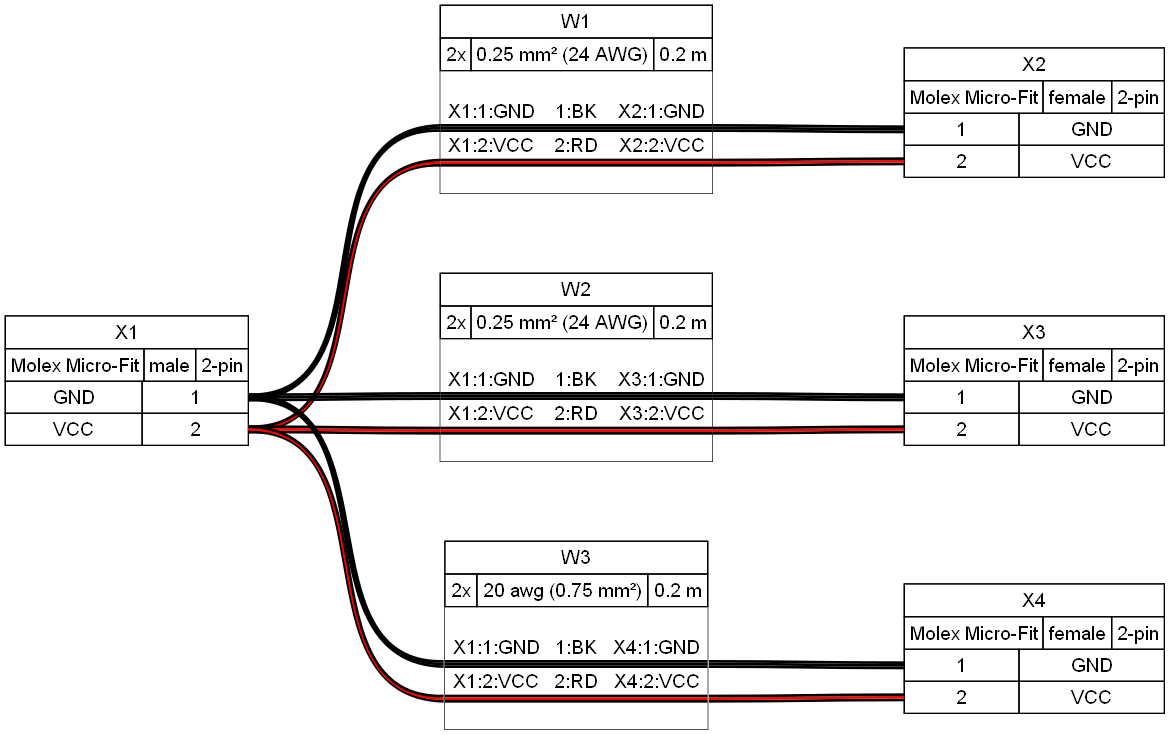
This is examples/ex02.png from wireviz/WireViz, a Graphviz export, as it was before one commit. Its source is kept beside it as examples/ex02.gv.
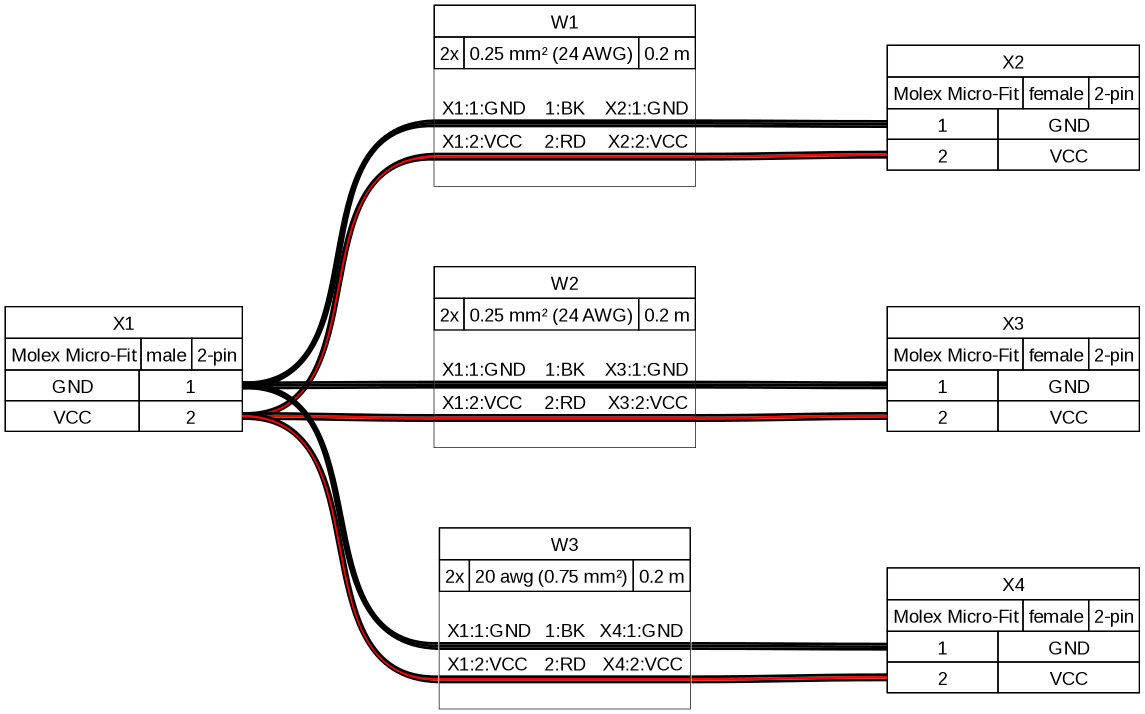
Later version of the same file.

The edit, as a diff of the source:
```diff
@@ -29,12 +29,10 @@
    <table border="0" cellborder="1" cellpadding="3" cellspacing="0">
     <tr>
      <td>GND</td>
-     []
      <td port="p1r">1</td>
     </tr>
     <tr>
      <td>VCC</td>
-     []
      <td port="p2r">2</td>
     </tr>
    </table>
@@ -70,12 +68,10 @@
     <tr>
      <td port="p1l">1</td>
      <td>GND</td>
-     []
     </tr>
     <tr>
      <td port="p2l">2</td>
      <td>VCC</td>
-     []
     </tr>
    </table>
   </td>
@@ -110,12 +106,10 @@
     <tr>
      <td port="p1l">1</td>
      <td>GND</td>
-     []
     </tr>
     <tr>
      <td port="p2l">2</td>
      <td>VCC</td>
-     []
     </tr>
    </table>
   </td>
@@ -150,12 +144,10 @@
     <tr>
      <td port="p1l">1</td>
      <td>GND</td>
-     []
     </tr>
     <tr>
      <td port="p2l">2</td>
      <td>VCC</td>
-     []
     </tr>
    </table>
   </td>
@@ -198,19 +190,7 @@
      <td align="right">X2:1:GND </td>
     </tr>
     <tr>
-     <td border="0" cellspacing="0" cellpadding="0" colspan="5" height="6" port="w1">
-      <table border="0" cellborder="0" cellspacing="0">
-       <tr>
-        <td bgcolor="#FFFFFF" border="0" cellpadding="0" colspan="5" height="2"></td>
-       </tr>
-       <tr>
-        <td bgcolor="#FFFFFF" border="0" cellpadding="0" colspan="5" height="2"></td>
-       </tr>
-       <tr>
-        <td bgcolor="#FFFFFF" border="0" cellpadding="0" colspan="5" height="2"></td>
-       </tr>
-      </table>
-     </td>
+     <td border="0" cellspacing="0" cellpadding="0" colspan="5" height="6" port="w1"></td>
     </tr>
     <tr>
      <td align="left"> X1:2:VCC</td>
@@ -220,19 +200,7 @@
      <td align="right">X2:2:VCC </td>
     </tr>
     <tr>
-     <td border="0" cellspacing="0" cellpadding="0" colspan="5" height="6" port="w2">
-      <table border="0" cellborder="0" cellspacing="0">
-       <tr>
-        <td bgcolor="#FFFFFF" border="0" cellpadding="0" colspan="5" height="2"></td>
-       </tr>
-       <tr>
-        <td bgcolor="#FFFFFF" border="0" cellpadding="0" colspan="5" height="2"></td>
-       </tr>
-       <tr>
-        <td bgcolor="#FFFFFF" border="0" cellpadding="0" colspan="5" height="2"></td>
-       </tr>
-      </table>
-     </td>
+     <td border="0" cellspacing="0" cellpadding="0" colspan="5" height="6" port="w2"></td>
     </tr>
     <tr>
      <td>&nbsp;</td>
@@ -286,19 +254,7 @@
      <td align="right">X3:1:GND </td>
     </tr>
     <tr>
-     <td border="0" cellspacing="0" cellpadding="0" colspan="5" height="6" port="w1">
-      <table border="0" cellborder="0" cellspacing="0">
-       <tr>
-        <td bgcolor="#FFFFFF" border="0" cellpadding="0" colspan="5" height="2"></td>
-       </tr>
-       <tr>
-        <td bgcolor="#FFFFFF" border="0" cellpadding="0" colspan="5" height="2"></td>
-       </tr>
-       <tr>
-        <td bgcolor="#FFFFFF" border="0" cellpadding="0" colspan="5" height="2"></td>
-       </tr>
-      </table>
-     </td>
+     <td border="0" cellspacing="0" cellpadding="0" colspan="5" height="6" port="w1"></td>
     </tr>
     <tr>
      <td align="left"> X1:2:VCC</td>
@@ -308,19 +264,7 @@
      <td align="right">X3:2:VCC </td>
     </tr>
     <tr>
-     <td border="0" cellspacing="0" cellpadding="0" colspan="5" height="6" port="w2">
-      <table border="0" cellborder="0" cellspacing="0">
-       <tr>
-        <td bgcolor="#FFFFFF" border="0" cellpadding="0" colspan="5" height="2"></td>
-       </tr>
-       <tr>
-        <td bgcolor="#FFFFFF" border="0" cellpadding="0" colspan="5" height="2"></td>
-       </tr>
-       <tr>
-        <td bgcolor="#FFFFFF" border="0" cellpadding="0" colspan="5" height="2"></td>
-       </tr>
-      </table>
-     </td>
+     <td border="0" cellspacing="0" cellpadding="0" colspan="5" height="6" port="w2"></td>
     </tr>
     <tr>
      <td>&nbsp;</td>
@@ -374,19 +318,7 @@
      <td align="right">X4:1:GND </td>
     </tr>
     <tr>
-     <td border="0" cellspacing="0" cellpadding="0" colspan="5" height="6" port="w1">
-      <table border="0" cellborder="0" cellspacing="0">
-       <tr>
-        <td bgcolor="#FFFFFF" border="0" cellpadding="0" colspan="5" height="2"></td>
-       </tr>
-       <tr>
-        <td bgcolor="#FFFFFF" border="0" cellpadding="0" colspan="5" height="2"></td>
-       </tr>
-       <tr>
-        <td bgcolor="#FFFFFF" border="0" cellpadding="0" colspan="5" height="2"></td>
-       </tr>
-      </table>
-     </td>
+     <td border="0" cellspacing="0" cellpadding="0" colspan="5" height="6" port="w1"></td>
     </tr>
     <tr>
      <td align="left"> X1:2:VCC</td>
@@ -396,19 +328,7 @@
      <td align="right">X4:2:VCC </td>
     </tr>
     <tr>
-     <td border="0" cellspacing="0" cellpadding="0" colspan="5" height="6" port="w2">
-      <table border="0" cellborder="0" cellspacing="0">
-       <tr>
-        <td bgcolor="#FFFFFF" border="0" cellpadding="0" colspan="5" height="2"></td>
-       </tr>
-       <tr>
-        <td bgcolor="#FFFFFF" border="0" cellpadding="0" colspan="5" height="2"></td>
-       </tr>
-       <tr>
-        <td bgcolor="#FFFFFF" border="0" cellpadding="0" colspan="5" height="2"></td>
-       </tr>
-      </table>
-     </td>
+     <td border="0" cellspacing="0" cellpadding="0" colspan="5" height="6" port="w2"></td>
     </tr>
     <tr>
      <td>&nbsp;</td>
```
